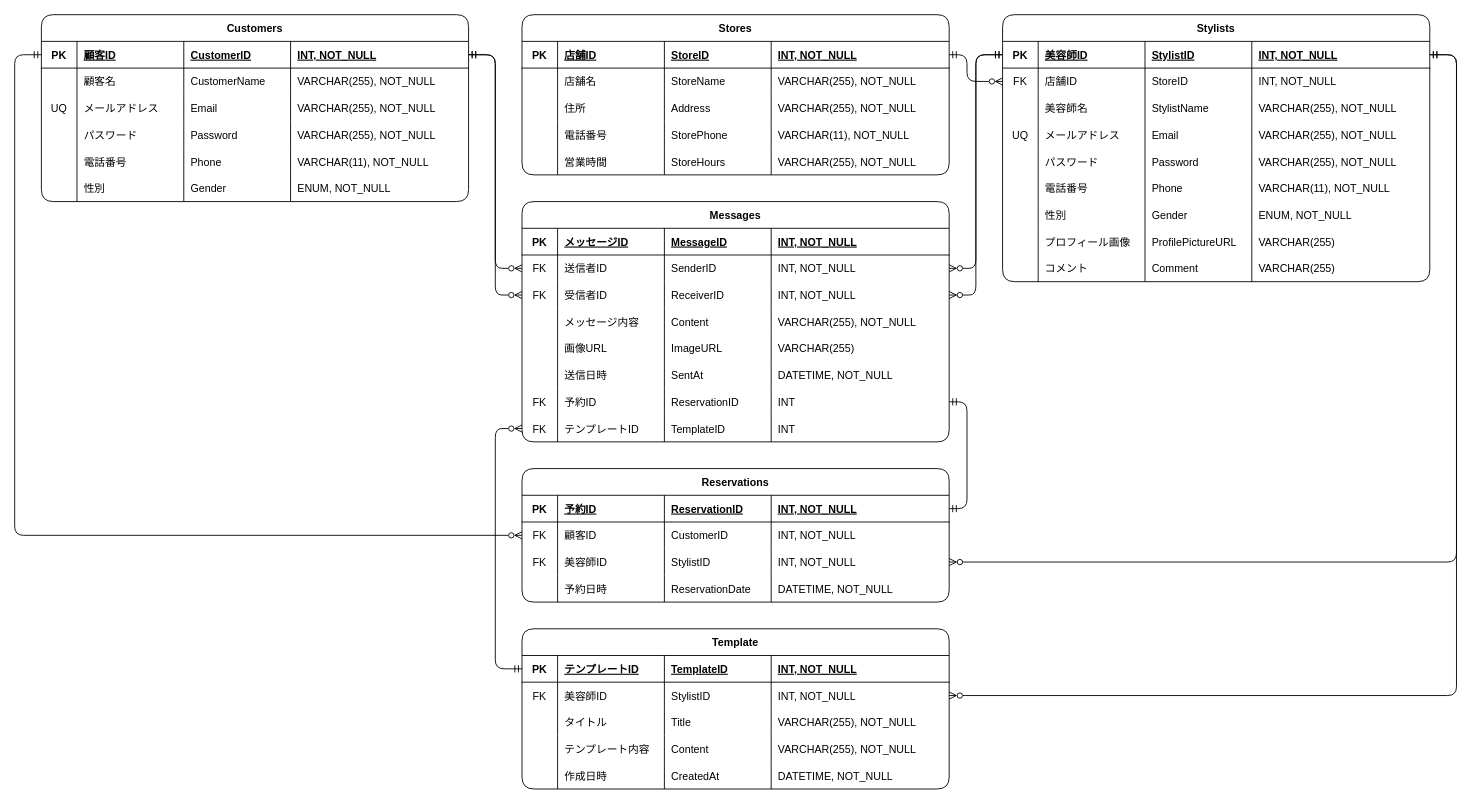
Earlier version of the draw.io diagram background/ER-Draft_hiyo.dio (J-Team-2025-Winter/J-Team-2025-Winter). Source tidied: cells renumbered, new cells numbered last; positions are measured from the earlier drawing's top-left corner, leaving out a move shared by most shapes. Both pictures are drawn from the tidied source at 89%, with x=0, y=0 at pixel (14, 14).
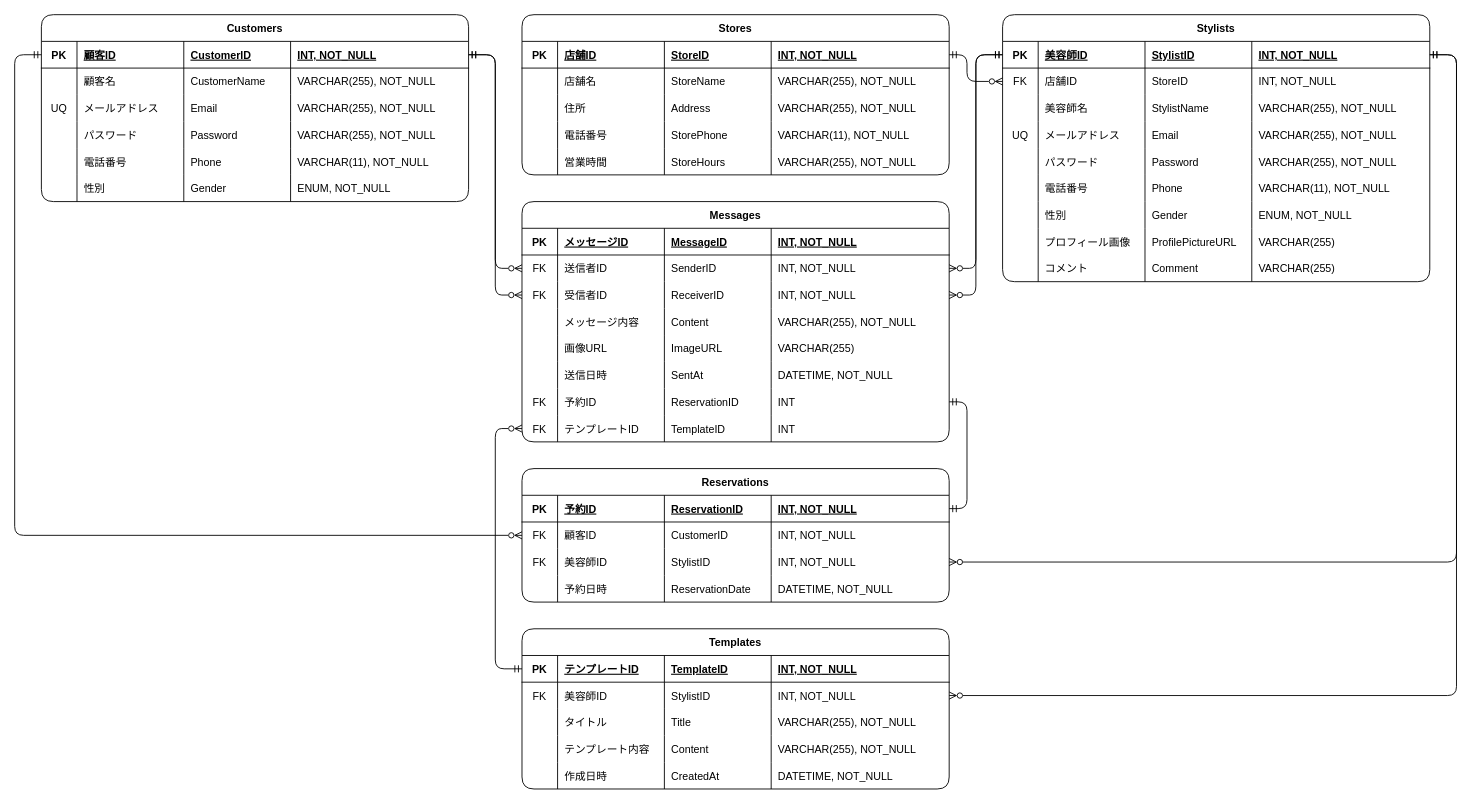
After the change.

Diff of the diagram source:
```diff
@@
-    <mxCell id="174" value="Template" style="shape=table;startSize=30;childLayout=tableLayout;rowLines=0;fontStyle=1;align=center;rounded=1;" parent="1" vertex="1">
+    <mxCell id="174" value="Templates" style="shape=table;startSize=30;childLayout=tableLayout;rowLines=0;fontStyle=1;align=center;rounded=1;" parent="1" vertex="1">
       <mxGeometry x="570" y="690" width="480" height="180" as="geometry" />
     </mxCell>
```
